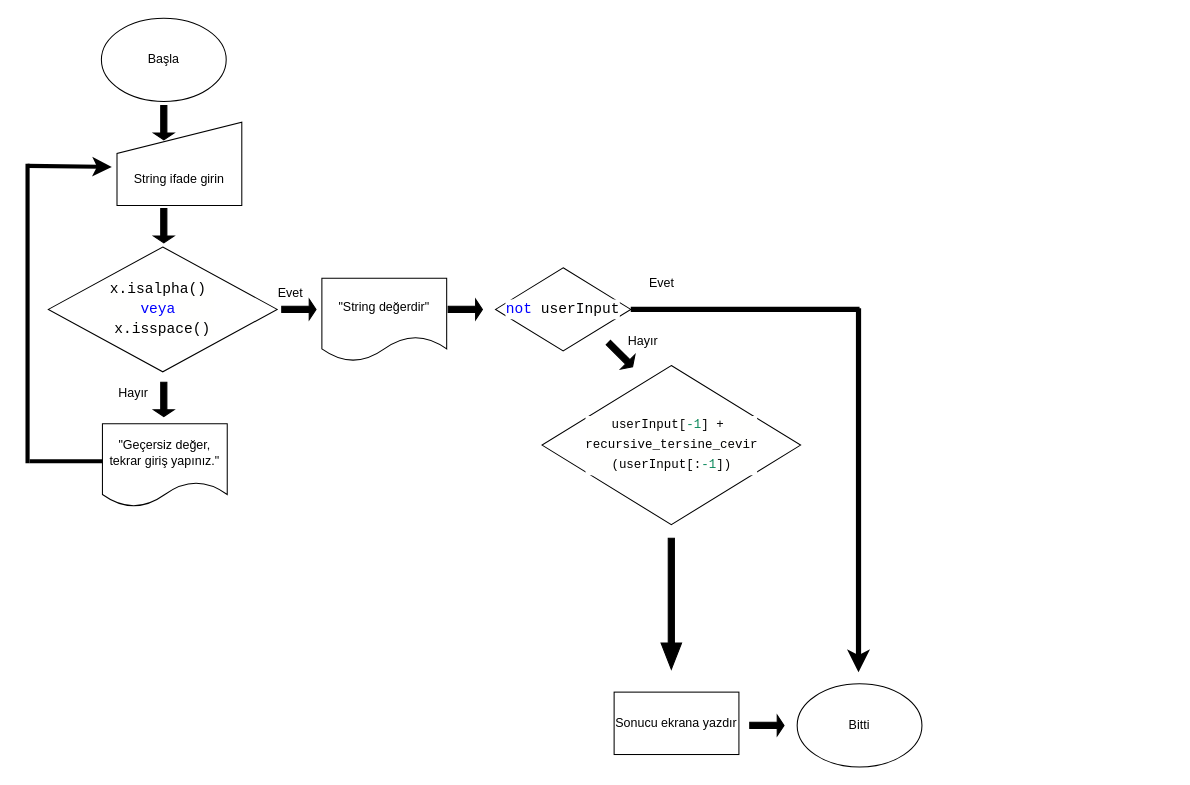
Earlier version of the draw.io diagram Untitled Diagram.drawio (goksaltak/My_Class). Source tidied: cells renumbered, new cells numbered last; positions are measured from the earlier drawing's top-left corner, leaving out a move shared by most shapes. Both pictures are drawn from the tidied source at 104%, with x=0, y=0 at pixel (27, 18).
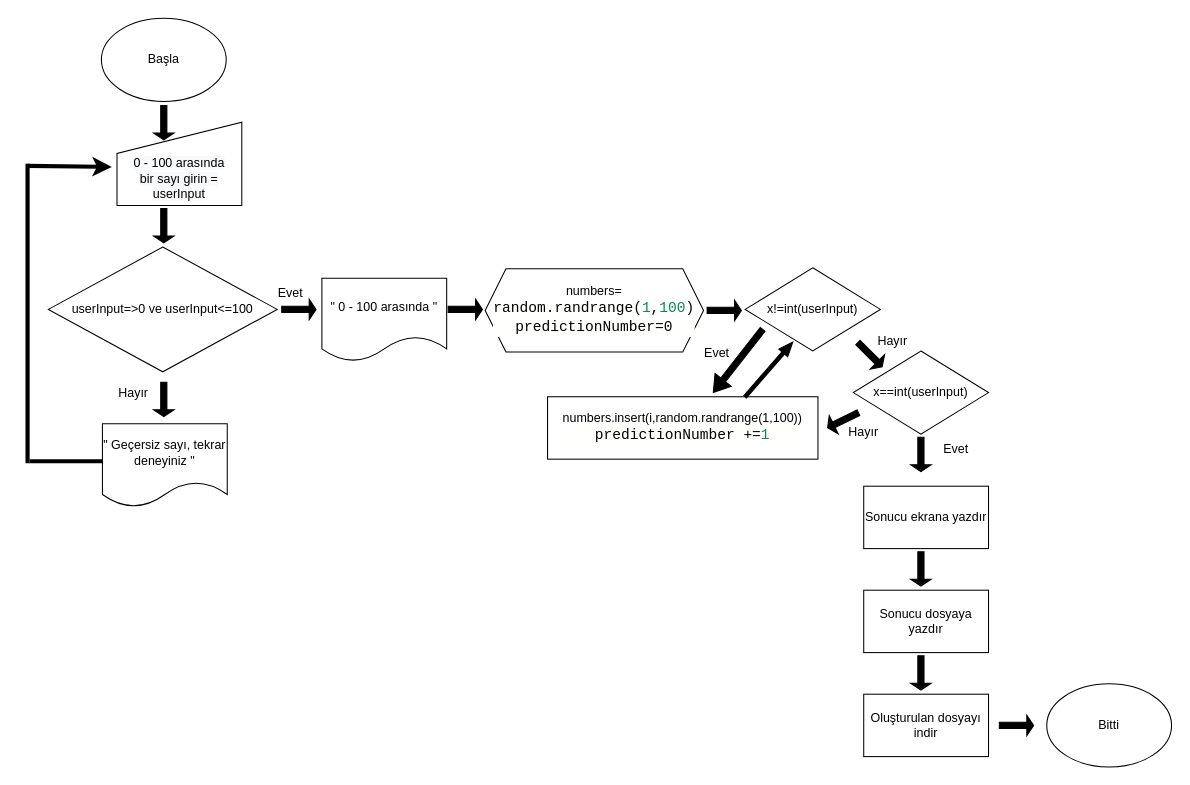
The same diagram, later.

Diff of the diagram source:
```diff
@@
-    <mxCell id="5" value="&lt;div style=&quot;background-color: rgb(255 , 255 , 254) ; font-family: monospace , &amp;#34;consolas&amp;#34; , &amp;#34;courier new&amp;#34; , monospace ; font-size: 14px ; line-height: 19px&quot;&gt;x.isalpha()&amp;nbsp;&lt;/div&gt;&lt;div style=&quot;background-color: rgb(255 , 255 , 254) ; font-family: monospace , &amp;#34;consolas&amp;#34; , &amp;#34;courier new&amp;#34; , monospace ; font-size: 14px ; line-height: 19px&quot;&gt;&lt;font color=&quot;#0000ff&quot;&gt;veya&amp;nbsp;&lt;/font&gt;&lt;/div&gt;&lt;div style=&quot;background-color: rgb(255 , 255 , 254) ; font-family: monospace , &amp;#34;consolas&amp;#34; , &amp;#34;courier new&amp;#34; , monospace ; font-size: 14px ; line-height: 19px&quot;&gt;x.isspace()&lt;/div&gt;" style="rhombus;whiteSpace=wrap;html=1;fillColor=#FFFFFF;" parent="1" vertex="1">
+    <mxCell id="5" value="userInput=&amp;gt;0 ve userInput&amp;lt;=100" style="rhombus;whiteSpace=wrap;html=1;fillColor=#FFFFFF;" parent="1" vertex="1">
       <mxGeometry x="20" y="220" width="220" height="120" as="geometry" />
     </mxCell>
@@
-    <mxCell id="10" value="&quot;Geçersiz değer, tekrar giriş yapınız.&quot;" style="shape=document;whiteSpace=wrap;html=1;boundedLbl=1;fillColor=#FFFFFF;" parent="1" vertex="1">
+    <mxCell id="10" value="&quot; Geçersiz sayı, tekrar deneyiniz &quot;" style="shape=document;whiteSpace=wrap;html=1;boundedLbl=1;fillColor=#FFFFFF;" parent="1" vertex="1">
       <mxGeometry x="72" y="390" width="120" height="80" as="geometry" />
     </mxCell>
-    <mxCell id="11" value="&quot;String değerdir&quot;" style="shape=document;whiteSpace=wrap;html=1;boundedLbl=1;fillColor=#FFFFFF;" parent="1" vertex="1">
+    <mxCell id="11" value="&quot; 0 - 100 arasında &quot;" style="shape=document;whiteSpace=wrap;html=1;boundedLbl=1;fillColor=#FFFFFF;" parent="1" vertex="1">
       <mxGeometry x="283" y="250" width="120" height="80" as="geometry" />
     </mxCell>
@@
+    <mxCell id="28" value="numbers=&lt;br&gt;&lt;span style=&quot;background-color: rgb(255 , 255 , 254) ; font-family: monospace , &amp;#34;consolas&amp;#34; , &amp;#34;courier new&amp;#34; , monospace ; font-size: 14px&quot;&gt;random.randrange(&lt;/span&gt;&lt;span style=&quot;font-family: monospace , &amp;#34;consolas&amp;#34; , &amp;#34;courier new&amp;#34; , monospace ; font-size: 14px ; color: rgb(9 , 136 , 90)&quot;&gt;1&lt;/span&gt;&lt;span style=&quot;background-color: rgb(255 , 255 , 254) ; font-family: monospace , &amp;#34;consolas&amp;#34; , &amp;#34;courier new&amp;#34; , monospace ; font-size: 14px&quot;&gt;,&lt;/span&gt;&lt;span style=&quot;font-family: monospace , &amp;#34;consolas&amp;#34; , &amp;#34;courier new&amp;#34; , monospace ; font-size: 14px ; color: rgb(9 , 136 , 90)&quot;&gt;100&lt;/span&gt;&lt;span style=&quot;background-color: rgb(255 , 255 , 254) ; font-family: monospace , &amp;#34;consolas&amp;#34; , &amp;#34;courier new&amp;#34; , monospace ; font-size: 14px&quot;&gt;)&lt;br&gt;&lt;/span&gt;&lt;div style=&quot;background-color: rgb(255 , 255 , 254) ; font-family: monospace , &amp;#34;consolas&amp;#34; , &amp;#34;courier new&amp;#34; , monospace ; font-size: 14px ; line-height: 19px&quot;&gt;predictionNumber=0&lt;/div&gt;" style="shape=hexagon;perimeter=hexagonPerimeter2;whiteSpace=wrap;html=1;fixedSize=1;fillColor=#FFFFFF;" parent="1" vertex="1">
+      <mxGeometry x="440" y="241" width="210" height="80" as="geometry" />
+    </mxCell>
@@
-    <mxCell id="16" value="&lt;div style=&quot;background-color: rgb(255 , 255 , 254) ; font-family: monospace , &amp;#34;consolas&amp;#34; , &amp;#34;courier new&amp;#34; , monospace ; font-size: 14px ; line-height: 19px&quot;&gt;&lt;span style=&quot;color: #0000ff&quot;&gt;not&lt;/span&gt;&amp;nbsp;userInput&lt;/div&gt;" style="rhombus;whiteSpace=wrap;html=1;fillColor=#FFFFFF;" parent="1" vertex="1">
-      <mxGeometry x="450" y="240" width="130" height="80" as="geometry" />
+    <mxCell id="16" value="x!=int(userInput)" style="rhombus;whiteSpace=wrap;html=1;fillColor=#FFFFFF;" parent="1" vertex="1">
+      <mxGeometry x="690" y="240" width="130" height="80" as="geometry" />
     </mxCell>
+    <mxCell id="29" style="shape=singleArrow;direction=south;whiteSpace=wrap;html=1;fillColor=#000000;rotation=-90;" parent="1" vertex="1">
+      <mxGeometry x="660" y="264.5" width="19.8" height="33" as="geometry" />
+    </mxCell>
+    <mxCell id="30" value="numbers.insert(i,random.randrange(1,100))&lt;br&gt;&lt;div style=&quot;background-color: rgb(255 , 255 , 254) ; font-family: monospace , &amp;#34;consolas&amp;#34; , &amp;#34;courier new&amp;#34; , monospace ; font-size: 14px ; line-height: 19px&quot;&gt;predictionNumber&amp;nbsp;+=&lt;span style=&quot;color: #09885a&quot;&gt;1&lt;/span&gt;&lt;/div&gt;" style="rounded=0;whiteSpace=wrap;html=1;fillColor=#FFFFFF;" parent="1" vertex="1">
+      <mxGeometry x="500" y="364" width="260" height="60" as="geometry" />
+    </mxCell>
-    <mxCell id="17" value="&lt;div style=&quot;background-color: rgb(255 , 255 , 254) ; font-family: monospace , &amp;#34;consolas&amp;#34; , &amp;#34;courier new&amp;#34; , monospace ; line-height: 19px&quot;&gt;&lt;font style=&quot;font-size: 12px&quot;&gt;userInput[&lt;span style=&quot;color: rgb(9 , 136 , 90)&quot;&gt;-1&lt;/span&gt;]&amp;nbsp;+&amp;nbsp;&lt;/font&gt;&lt;/div&gt;&lt;div style=&quot;background-color: rgb(255 , 255 , 254) ; font-family: monospace , &amp;#34;consolas&amp;#34; , &amp;#34;courier new&amp;#34; , monospace ; line-height: 19px&quot;&gt;&lt;font style=&quot;font-size: 12px&quot;&gt;recursive_tersine_cevir&lt;/font&gt;&lt;/div&gt;&lt;div style=&quot;background-color: rgb(255 , 255 , 254) ; font-family: monospace , &amp;#34;consolas&amp;#34; , &amp;#34;courier new&amp;#34; , monospace ; line-height: 19px&quot;&gt;&lt;font style=&quot;font-size: 12px&quot;&gt;(userInput[:&lt;span style=&quot;color: rgb(9 , 136 , 90)&quot;&gt;-1&lt;/span&gt;])&lt;/font&gt;&lt;/div&gt;" style="rhombus;whiteSpace=wrap;html=1;fillColor=#FFFFFF;" parent="1" vertex="1">
-      <mxGeometry x="494.7" y="334" width="248.6" height="153" as="geometry" />
+    <mxCell id="17" value="x==int(userInput)" style="rhombus;whiteSpace=wrap;html=1;fillColor=#FFFFFF;" parent="1" vertex="1">
+      <mxGeometry x="794" y="320" width="130" height="80" as="geometry" />
     </mxCell>
     <mxCell id="18" style="shape=singleArrow;direction=south;whiteSpace=wrap;html=1;fillColor=#000000;rotation=-45;" parent="1" vertex="1">
-      <mxGeometry x="560.2" y="307" width="19.8" height="33" as="geometry" />
+      <mxGeometry x="800.2" y="307" width="19.8" height="33" as="geometry" />
     </mxCell>
+    <mxCell id="31" value="Evet" style="text;html=1;strokeColor=none;fillColor=none;align=center;verticalAlign=middle;whiteSpace=wrap;rounded=0;" parent="1" vertex="1">
+      <mxGeometry x="633" y="307" width="60" height="30" as="geometry" />
+    </mxCell>
+    <mxCell id="32" style="shape=singleArrow;direction=south;whiteSpace=wrap;html=1;fillColor=#000000;rotation=38;" parent="1" vertex="1">
+      <mxGeometry x="673.2" y="291" width="19.8" height="77.1" as="geometry" />
+    </mxCell>
     <mxCell id="19" value="Hayır" style="text;html=1;strokeColor=none;fillColor=none;align=center;verticalAlign=middle;whiteSpace=wrap;rounded=0;" parent="1" vertex="1">
-      <mxGeometry x="562.1" y="296" width="60" height="30" as="geometry" />
+      <mxGeometry x="802.1" y="296" width="60" height="30" as="geometry" />
     </mxCell>
     <mxCell id="20" value="Bitti" style="ellipse;whiteSpace=wrap;html=1;" parent="1" vertex="1">
-      <mxGeometry x="740" y="640" width="120" height="80" as="geometry" />
+      <mxGeometry x="980" y="640" width="120" height="80" as="geometry" />
     </mxCell>
     <mxCell id="21" style="shape=singleArrow;direction=south;whiteSpace=wrap;html=1;fillColor=#000000;" parent="1" vertex="1">
-      <mxGeometry x="609.1" y="500" width="19.8" height="126" as="geometry" />
+      <mxGeometry x="849.1" y="403" width="19.8" height="33" as="geometry" />
     </mxCell>
+    <mxCell id="33" value="Evet" style="text;html=1;strokeColor=none;fillColor=none;align=center;verticalAlign=middle;whiteSpace=wrap;rounded=0;" parent="1" vertex="1">
+      <mxGeometry x="863" y="400" width="60" height="30" as="geometry" />
+    </mxCell>
+    <mxCell id="34" style="shape=singleArrow;direction=south;whiteSpace=wrap;html=1;fillColor=#000000;rotation=-139;" parent="1" vertex="1">
+      <mxGeometry x="707.2" y="302.7" width="11.3" height="70" as="geometry" />
+    </mxCell>
     <mxCell id="22" value="Sonucu ekrana yazdır" style="rounded=0;whiteSpace=wrap;html=1;fillColor=#FFFFFF;" parent="1" vertex="1">
-      <mxGeometry x="564" y="648" width="120" height="60" as="geometry" />
+      <mxGeometry x="804" y="450" width="120" height="60" as="geometry" />
     </mxCell>
+    <mxCell id="35" value="Sonucu dosyaya yazdır" style="rounded=0;whiteSpace=wrap;html=1;fillColor=#FFFFFF;" parent="1" vertex="1">
+      <mxGeometry x="804" y="550" width="120" height="60" as="geometry" />
+    </mxCell>
+    <mxCell id="36" style="shape=singleArrow;direction=south;whiteSpace=wrap;html=1;fillColor=#000000;" parent="1" vertex="1">
+      <mxGeometry x="849.1" y="513" width="19.8" height="33" as="geometry" />
+    </mxCell>
     <mxCell id="23" style="shape=singleArrow;direction=south;whiteSpace=wrap;html=1;fillColor=#000000;rotation=-90;" parent="1" vertex="1">
-      <mxGeometry x="701" y="663.5" width="19.8" height="33" as="geometry" />
+      <mxGeometry x="941" y="663.5" width="19.8" height="33" as="geometry" />
     </mxCell>
-    <mxCell id="24" value="&lt;br&gt;&lt;br&gt;&lt;font face=&quot;helvetica&quot;&gt;String ifade girin&lt;/font&gt;" style="shape=manualInput;whiteSpace=wrap;html=1;fillColor=#FFFFFF;" parent="1" vertex="1">
+    <mxCell id="24" value="&lt;br&gt;&lt;br&gt;&lt;span style=&quot;color: rgb(0 , 0 , 0) ; font-family: &amp;#34;helvetica&amp;#34; ; font-size: 12px ; font-style: normal ; font-weight: 400 ; letter-spacing: normal ; text-align: center ; text-indent: 0px ; text-transform: none ; word-spacing: 0px ; background-color: rgb(248 , 249 , 250) ; display: inline ; float: none&quot;&gt;0 - 100 arasında&lt;/span&gt;&lt;br style=&quot;color: rgb(0 , 0 , 0) ; font-family: &amp;#34;helvetica&amp;#34; ; font-size: 12px ; font-style: normal ; font-weight: 400 ; letter-spacing: normal ; text-align: center ; text-indent: 0px ; text-transform: none ; word-spacing: 0px ; background-color: rgb(248 , 249 , 250)&quot;&gt;&lt;span style=&quot;color: rgb(0 , 0 , 0) ; font-family: &amp;#34;helvetica&amp;#34; ; font-size: 12px ; font-style: normal ; font-weight: 400 ; letter-spacing: normal ; text-align: center ; text-indent: 0px ; text-transform: none ; word-spacing: 0px ; background-color: rgb(248 , 249 , 250) ; display: inline ; float: none&quot;&gt;bir sayı girin = userInput&lt;/span&gt;" style="shape=manualInput;whiteSpace=wrap;html=1;fillColor=#FFFFFF;" parent="1" vertex="1">
       <mxGeometry x="86" y="100" width="120" height="80" as="geometry" />
     </mxCell>
-    <mxCell id="25" style="endArrow=none;html=1;rounded=0;exitX=1;exitY=0.5;exitDx=0;exitDy=0;strokeWidth=5;" parent="1" edge="1" source="16">
-      <mxGeometry relative="1" as="geometry">
-        <mxPoint x="800" y="280" as="targetPoint" />
-      </mxGeometry>
-    </mxCell>
-    <mxCell id="26" style="endArrow=classic;html=1;rounded=0;strokeWidth=5;" parent="1" edge="1">
-      <mxGeometry relative="1" as="geometry">
-        <mxPoint x="799" y="279" as="sourcePoint" />
-        <mxPoint x="799" y="629" as="targetPoint" />
-      </mxGeometry>
-    </mxCell>
-    <mxCell id="27" value="Evet" style="text;html=1;strokeColor=none;fillColor=none;align=center;verticalAlign=middle;whiteSpace=wrap;rounded=0;" parent="1" vertex="1">
-      <mxGeometry x="580" y="240" width="60" height="30" as="geometry" />
-    </mxCell>
+    <mxCell id="37" style="shape=singleArrow;direction=south;whiteSpace=wrap;html=1;fillColor=#000000;rotation=64;" parent="1" vertex="1">
+      <mxGeometry x="774.2" y="370" width="19.8" height="33" as="geometry" />
+    </mxCell>
+    <mxCell id="38" value="Hayır" style="text;html=1;strokeColor=none;fillColor=none;align=center;verticalAlign=middle;whiteSpace=wrap;rounded=0;" parent="1" vertex="1">
+      <mxGeometry x="774.2" y="383" width="60" height="30" as="geometry" />
+    </mxCell>
+    <mxCell id="39" value="Oluşturulan dosyayı indir" style="rounded=0;whiteSpace=wrap;html=1;fillColor=#FFFFFF;" parent="1" vertex="1">
+      <mxGeometry x="804" y="650" width="120" height="60" as="geometry" />
+    </mxCell>
+    <mxCell id="40" style="shape=singleArrow;direction=south;whiteSpace=wrap;html=1;fillColor=#000000;" parent="1" vertex="1">
+      <mxGeometry x="849.1" y="613" width="19.8" height="33" as="geometry" />
+    </mxCell>
```
